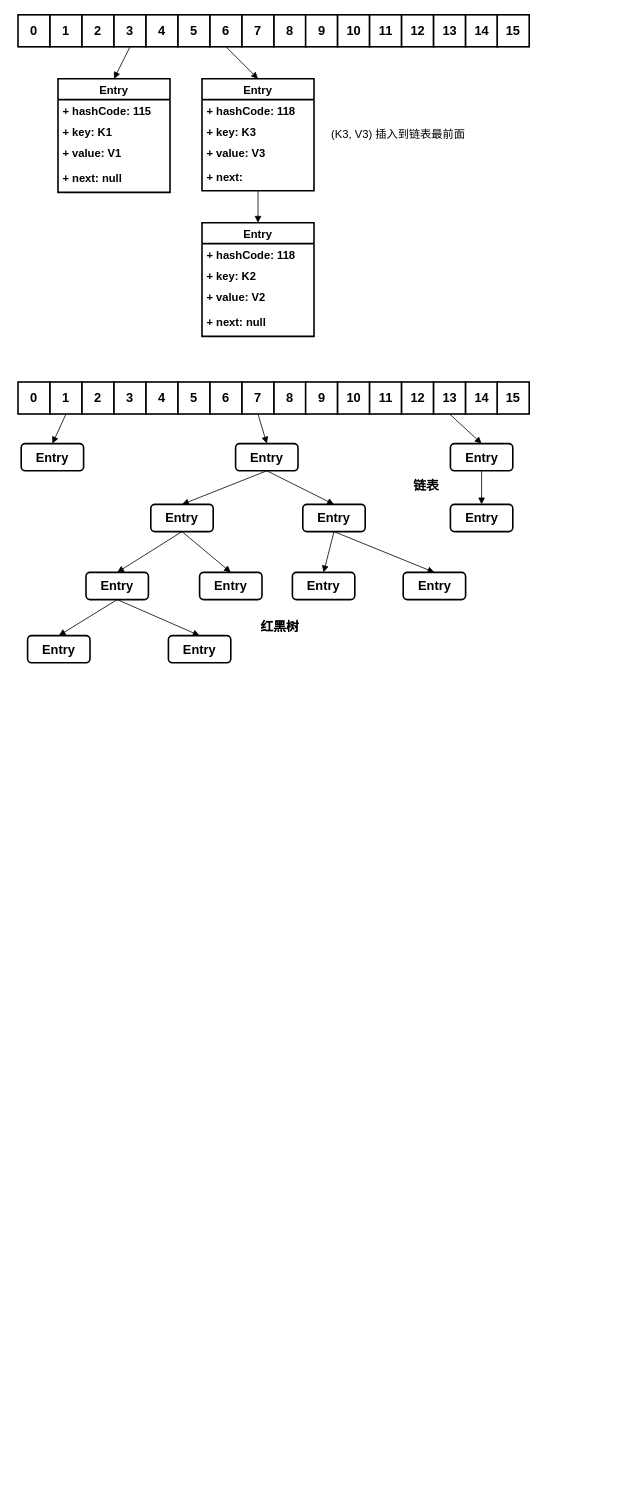
Earlier version of the draw.io diagram A Java/架构图/HashMap.drawio (AmosLLc/NanoNotes). Source tidied: cells renumbered, new cells numbered last; positions are measured from the earlier drawing's top-left corner, leaving out a move shared by most shapes. Both pictures are drawn from the tidied source at 80%, with x=0, y=0 at pixel (18, 14).
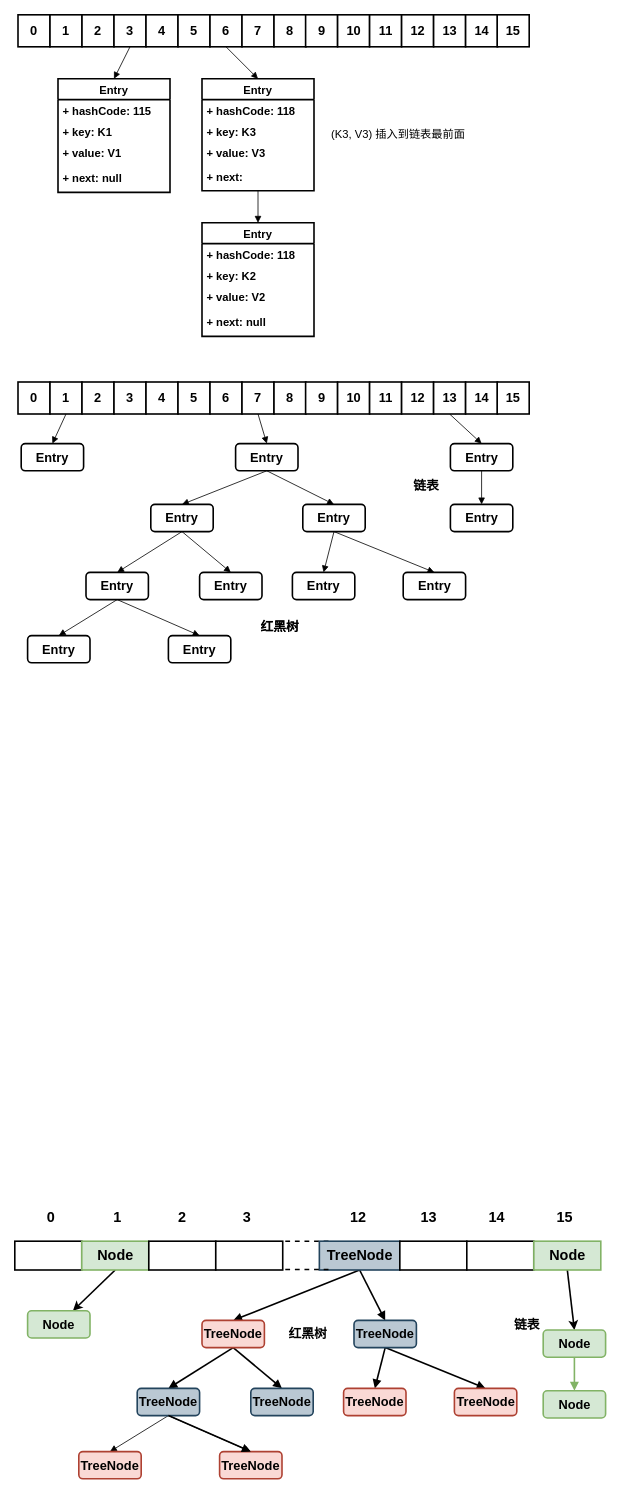
After the change.

What changed in the source:
```diff
@@
+    <mxCell id="80" style="rounded=0;jettySize=auto;html=1;exitX=0.5;exitY=1;exitDx=0;exitDy=0;strokeWidth=2;fontSize=18;" parent="1" edge="1" source="116" target="82">
+      <mxGeometry relative="1" as="geometry" />
+    </mxCell>
+    <mxCell id="81" style="edgeStyle=none;rounded=0;jettySize=auto;html=1;exitX=0.5;exitY=1;exitDx=0;exitDy=0;entryX=0.5;entryY=0;entryDx=0;entryDy=0;strokeWidth=2;fontSize=18;" parent="1" edge="1" source="122" target="84">
+      <mxGeometry relative="1" as="geometry" />
+    </mxCell>
+    <mxCell id="82" value="Node" style="rounded=1;whiteSpace=wrap;html=1;strokeWidth=2;fontSize=16;fontStyle=1;fillColor=#d5e8d4;strokeColor=#82b366;" parent="1" vertex="1">
+      <mxGeometry x="12" y="1620" width="78" height="34" as="geometry" />
+    </mxCell>
+    <mxCell id="83" style="edgeStyle=none;rounded=0;jettySize=auto;html=1;exitX=0.5;exitY=1;exitDx=0;exitDy=0;entryX=0.5;entryY=0;entryDx=0;entryDy=0;endArrow=block;endFill=1;fontSize=16;strokeWidth=2;fillColor=#d5e8d4;strokeColor=#82b366;" parent="1" edge="1" source="84" target="85">
+      <mxGeometry relative="1" as="geometry" />
+    </mxCell>
+    <mxCell id="84" value="Node" style="rounded=1;whiteSpace=wrap;html=1;strokeWidth=2;fontSize=16;fontStyle=1;fillColor=#d5e8d4;strokeColor=#82b366;" parent="1" vertex="1">
+      <mxGeometry x="656.5" y="1644" width="78" height="34" as="geometry" />
+    </mxCell>
+    <mxCell id="85" value="Node" style="rounded=1;whiteSpace=wrap;html=1;strokeWidth=2;fontSize=16;fontStyle=1;fillColor=#d5e8d4;strokeColor=#82b366;" parent="1" vertex="1">
+      <mxGeometry x="656.5" y="1720" width="78" height="34" as="geometry" />
+    </mxCell>
+    <mxCell id="86" value="链表" style="text;html=1;align=center;verticalAlign=middle;fontSize=16;fontStyle=1;" parent="1" vertex="1">
+      <mxGeometry x="614.5" y="1625.5" width="42" height="23" as="geometry" />
+    </mxCell>
+    <mxCell id="87" style="edgeStyle=none;rounded=0;jettySize=auto;html=1;exitX=0.5;exitY=1;exitDx=0;exitDy=0;entryX=0.5;entryY=0;entryDx=0;entryDy=0;endArrow=block;endFill=1;fontSize=16;strokeWidth=2;" parent="1" edge="1" source="119" target="94">
+      <mxGeometry relative="1" as="geometry" />
+    </mxCell>
+    <mxCell id="88" style="edgeStyle=none;rounded=0;jettySize=auto;html=1;exitX=0.5;exitY=1;exitDx=0;exitDy=0;entryX=0.5;entryY=0;entryDx=0;entryDy=0;endArrow=block;endFill=1;fontSize=16;strokeWidth=2;" parent="1" edge="1" source="119" target="91">
+      <mxGeometry relative="1" as="geometry" />
+    </mxCell>
+    <mxCell id="89" style="edgeStyle=none;rounded=0;jettySize=auto;html=1;exitX=0.5;exitY=1;exitDx=0;exitDy=0;entryX=0.5;entryY=0;entryDx=0;entryDy=0;endArrow=block;endFill=1;fontSize=16;strokeWidth=2;" parent="1" edge="1" source="91" target="97">
+      <mxGeometry relative="1" as="geometry" />
+    </mxCell>
+    <mxCell id="90" style="edgeStyle=none;rounded=0;jettySize=auto;html=1;exitX=0.5;exitY=1;exitDx=0;exitDy=0;entryX=0.5;entryY=0;entryDx=0;entryDy=0;endArrow=block;endFill=1;fontSize=16;strokeWidth=2;" parent="1" edge="1" source="91" target="98">
+      <mxGeometry relative="1" as="geometry" />
+    </mxCell>
+    <mxCell id="91" value="TreeNode" style="rounded=1;whiteSpace=wrap;html=1;strokeWidth=2;fontSize=16;fontStyle=1;fillColor=#fad9d5;strokeColor=#ae4132;" parent="1" vertex="1">
+      <mxGeometry x="230" y="1632" width="78" height="34" as="geometry" />
+    </mxCell>
+    <mxCell id="92" style="edgeStyle=none;rounded=0;jettySize=auto;html=1;exitX=0.5;exitY=1;exitDx=0;exitDy=0;entryX=0.5;entryY=0;entryDx=0;entryDy=0;endArrow=block;endFill=1;fontSize=16;strokeWidth=2;" parent="1" edge="1" source="94" target="99">
+      <mxGeometry relative="1" as="geometry" />
+    </mxCell>
+    <mxCell id="93" style="edgeStyle=none;rounded=0;jettySize=auto;html=1;exitX=0.5;exitY=1;exitDx=0;exitDy=0;entryX=0.5;entryY=0;entryDx=0;entryDy=0;endArrow=block;endFill=1;fontSize=16;strokeWidth=2;" parent="1" edge="1" source="94" target="100">
+      <mxGeometry relative="1" as="geometry" />
+    </mxCell>
+    <mxCell id="94" value="TreeNode" style="rounded=1;whiteSpace=wrap;html=1;strokeWidth=2;fontSize=16;fontStyle=1;fillColor=#bac8d3;strokeColor=#23445d;" parent="1" vertex="1">
+      <mxGeometry x="420" y="1632" width="78" height="34" as="geometry" />
+    </mxCell>
+    <mxCell id="95" style="edgeStyle=none;rounded=0;jettySize=auto;html=1;exitX=0.5;exitY=1;exitDx=0;exitDy=0;entryX=0.5;entryY=0;entryDx=0;entryDy=0;endArrow=block;endFill=1;fontSize=16;" parent="1" edge="1" source="97" target="102">
+      <mxGeometry relative="1" as="geometry" />
+    </mxCell>
+    <mxCell id="96" style="edgeStyle=none;rounded=0;jettySize=auto;html=1;exitX=0.5;exitY=1;exitDx=0;exitDy=0;entryX=0.5;entryY=0;entryDx=0;entryDy=0;endArrow=block;endFill=1;fontSize=16;" parent="1" edge="1" source="97" target="101">
+      <mxGeometry relative="1" as="geometry" />
+    </mxCell>
+    <mxCell id="97" value="TreeNode" style="rounded=1;whiteSpace=wrap;html=1;strokeWidth=2;fontSize=16;fontStyle=1;fillColor=#bac8d3;strokeColor=#23445d;" parent="1" vertex="1">
+      <mxGeometry x="149" y="1717" width="78" height="34" as="geometry" />
+    </mxCell>
+    <mxCell id="98" value="TreeNode" style="rounded=1;whiteSpace=wrap;html=1;strokeWidth=2;fontSize=16;fontStyle=1;fillColor=#bac8d3;strokeColor=#23445d;" parent="1" vertex="1">
+      <mxGeometry x="291" y="1717" width="78" height="34" as="geometry" />
+    </mxCell>
+    <mxCell id="99" value="TreeNode" style="rounded=1;whiteSpace=wrap;html=1;strokeWidth=2;fontSize=16;fontStyle=1;fillColor=#fad9d5;strokeColor=#ae4132;" parent="1" vertex="1">
+      <mxGeometry x="407" y="1717" width="78" height="34" as="geometry" />
+    </mxCell>
+    <mxCell id="100" value="TreeNode" style="rounded=1;whiteSpace=wrap;html=1;strokeWidth=2;fontSize=16;fontStyle=1;fillColor=#fad9d5;strokeColor=#ae4132;" parent="1" vertex="1">
+      <mxGeometry x="545.5" y="1717" width="78" height="34" as="geometry" />
+    </mxCell>
+    <mxCell id="101" value="TreeNode" style="rounded=1;whiteSpace=wrap;html=1;strokeWidth=2;fontSize=16;fontStyle=1;fillColor=#fad9d5;strokeColor=#ae4132;" parent="1" vertex="1">
+      <mxGeometry x="252" y="1796" width="78" height="34" as="geometry" />
+    </mxCell>
+    <mxCell id="102" value="TreeNode" style="rounded=1;whiteSpace=wrap;html=1;strokeWidth=2;fontSize=16;fontStyle=1;fillColor=#fad9d5;strokeColor=#ae4132;" parent="1" vertex="1">
+      <mxGeometry x="76" y="1796" width="78" height="34" as="geometry" />
+    </mxCell>
+    <mxCell id="103" value="红黑树" style="text;html=1;align=center;verticalAlign=middle;fontSize=16;fontStyle=1;" parent="1" vertex="1">
+      <mxGeometry x="333.3" y="1637.5" width="58" height="23" as="geometry" />
+    </mxCell>
+    <mxCell id="104" style="edgeStyle=none;rounded=0;orthogonalLoop=1;jettySize=auto;html=1;exitX=0.5;exitY=1;exitDx=0;exitDy=0;entryX=0.5;entryY=0;entryDx=0;entryDy=0;endArrow=block;endFill=1;fontSize=16;strokeWidth=2;" parent="1" edge="1">
+      <mxGeometry relative="1" as="geometry">
+        <mxPoint x="188" y="1751" as="sourcePoint" />
+        <mxPoint x="291" y="1796" as="targetPoint" />
+      </mxGeometry>
+    </mxCell>
+    <mxCell id="105" value="0" style="text;html=1;align=center;verticalAlign=middle;fontSize=18;fontStyle=1;" parent="1" vertex="1">
+      <mxGeometry x="31" y="1490" width="20" height="26" as="geometry" />
+    </mxCell>
+    <mxCell id="106" value="1" style="text;html=1;align=center;verticalAlign=middle;fontSize=18;fontStyle=1;" parent="1" vertex="1">
+      <mxGeometry x="114" y="1490" width="20" height="26" as="geometry" />
+    </mxCell>
+    <mxCell id="107" value="2" style="text;html=1;align=center;verticalAlign=middle;fontSize=18;fontStyle=1;" parent="1" vertex="1">
+      <mxGeometry x="195" y="1490" width="20" height="26" as="geometry" />
+    </mxCell>
+    <mxCell id="108" value="3" style="text;html=1;align=center;verticalAlign=middle;fontSize=18;fontStyle=1;" parent="1" vertex="1">
+      <mxGeometry x="276" y="1490" width="20" height="26" as="geometry" />
+    </mxCell>
+    <mxCell id="109" value="15" style="text;html=1;align=center;verticalAlign=middle;fontSize=18;fontStyle=1;" parent="1" vertex="1">
+      <mxGeometry x="668" y="1490" width="30" height="26" as="geometry" />
+    </mxCell>
+    <mxCell id="110" value="14" style="text;html=1;align=center;verticalAlign=middle;fontSize=18;fontStyle=1;" parent="1" vertex="1">
+      <mxGeometry x="583" y="1490" width="30" height="26" as="geometry" />
+    </mxCell>
+    <mxCell id="111" value="13" style="text;html=1;align=center;verticalAlign=middle;fontSize=18;fontStyle=1;" parent="1" vertex="1">
+      <mxGeometry x="498" y="1490" width="30" height="26" as="geometry" />
+    </mxCell>
+    <mxCell id="112" value="12" style="text;html=1;align=center;verticalAlign=middle;fontSize=18;fontStyle=1;" parent="1" vertex="1">
+      <mxGeometry x="409.5" y="1490" width="30" height="26" as="geometry" />
+    </mxCell>
+    <mxCell id="113" style="group;" parent="1" vertex="1">
+      <mxGeometry x="-4" y="1533" width="732.5" height="36" as="geometry" />
+    </mxCell>
+    <mxCell id="114" style="endArrow=none;dashed=1;html=1;strokeWidth=2;entryX=0;entryY=0;entryDx=0;entryDy=0;fontStyle=1;fontSize=18;" parent="113" edge="1">
+      <mxGeometry relative="1" as="geometry">
+        <mxPoint x="338.1" as="sourcePoint" />
+        <mxPoint x="394.8" as="targetPoint" />
+      </mxGeometry>
+    </mxCell>
+    <mxCell id="115" style="rounded=0;whiteSpace=wrap;html=1;strokeWidth=2;fontStyle=1;fontSize=18;" parent="113" vertex="1">
+      <mxGeometry width="83.7" height="36" as="geometry" />
+    </mxCell>
+    <mxCell id="116" value="Node" style="rounded=0;whiteSpace=wrap;html=1;strokeWidth=2;fontStyle=1;fontSize=18;fillColor=#d5e8d4;strokeColor=#82b366;" parent="113" vertex="1">
+      <mxGeometry x="83.7" width="83.7" height="36" as="geometry" />
+    </mxCell>
+    <mxCell id="117" style="rounded=0;whiteSpace=wrap;html=1;strokeWidth=2;fontStyle=1;fontSize=18;" parent="113" vertex="1">
+      <mxGeometry x="167.5" width="83.7" height="36" as="geometry" />
+    </mxCell>
+    <mxCell id="118" style="rounded=0;whiteSpace=wrap;html=1;strokeWidth=2;fontStyle=1;fontSize=18;" parent="113" vertex="1">
+      <mxGeometry x="251.2" width="83.7" height="36" as="geometry" />
+    </mxCell>
+    <mxCell id="119" value="&lt;span&gt;TreeNode&lt;/span&gt;" style="rounded=0;whiteSpace=wrap;html=1;strokeWidth=2;fontStyle=1;fontSize=18;fillColor=#bac8d3;strokeColor=#23445d;" parent="113" vertex="1">
+      <mxGeometry x="380.7" width="100.6" height="36" as="geometry" />
+    </mxCell>
+    <mxCell id="120" style="rounded=0;whiteSpace=wrap;html=1;strokeWidth=2;fontStyle=1;fontSize=18;" parent="113" vertex="1">
+      <mxGeometry x="481.3" width="83.7" height="36" as="geometry" />
+    </mxCell>
+    <mxCell id="121" style="rounded=0;whiteSpace=wrap;html=1;strokeWidth=2;fontStyle=1;fontSize=18;" parent="113" vertex="1">
+      <mxGeometry x="565" width="83.7" height="36" as="geometry" />
+    </mxCell>
+    <mxCell id="122" value="Node" style="rounded=0;whiteSpace=wrap;html=1;strokeWidth=2;fontStyle=1;fontSize=18;fillColor=#d5e8d4;strokeColor=#82b366;" parent="113" vertex="1">
+      <mxGeometry x="648.8" width="83.7" height="36" as="geometry" />
+    </mxCell>
+    <mxCell id="123" style="endArrow=none;dashed=1;html=1;strokeWidth=2;entryX=0;entryY=0;entryDx=0;entryDy=0;fontStyle=1;fontSize=18;" parent="113" edge="1">
+      <mxGeometry relative="1" as="geometry">
+        <mxPoint x="338.1" y="35.4" as="sourcePoint" />
+        <mxPoint x="394.8" y="35.4" as="targetPoint" />
+      </mxGeometry>
+    </mxCell>
```
